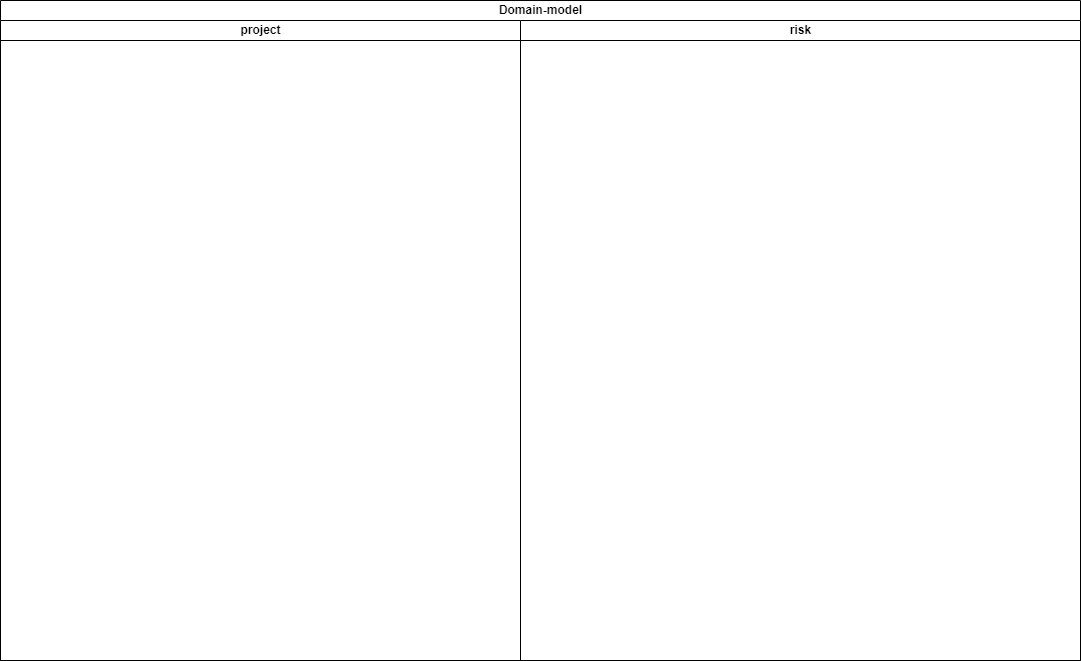
Before: documentation/arc-documentation/images/08_concepts/domain-model.drawio.png, a diagram exported from draw.io (stueberm1/riskmanager). Source tidied: cells renumbered, new cells last; positions are measured from the earlier drawing's top-left corner, leaving out a move shared by most shapes. The source it was exported from:
```xml
<mxGraphModel>
  <root>
    <mxCell id="0" />
    <mxCell id="1" parent="0" />
    <mxCell id="2" value="Domain-model" style="swimlane;startSize=20;html=1;" parent="1" vertex="1">
      <mxGeometry width="1080" height="660" as="geometry" />
    </mxCell>
    <mxCell id="3" value="project" style="swimlane;startSize=20;html=1;" parent="2" vertex="1">
      <mxGeometry y="20" width="520" height="640" as="geometry" />
    </mxCell>
    <mxCell id="4" value="risk" style="swimlane;startSize=20;html=1;" parent="2" vertex="1">
      <mxGeometry x="520" y="20" width="560" height="640" as="geometry" />
    </mxCell>
  </root>
</mxGraphModel>
```
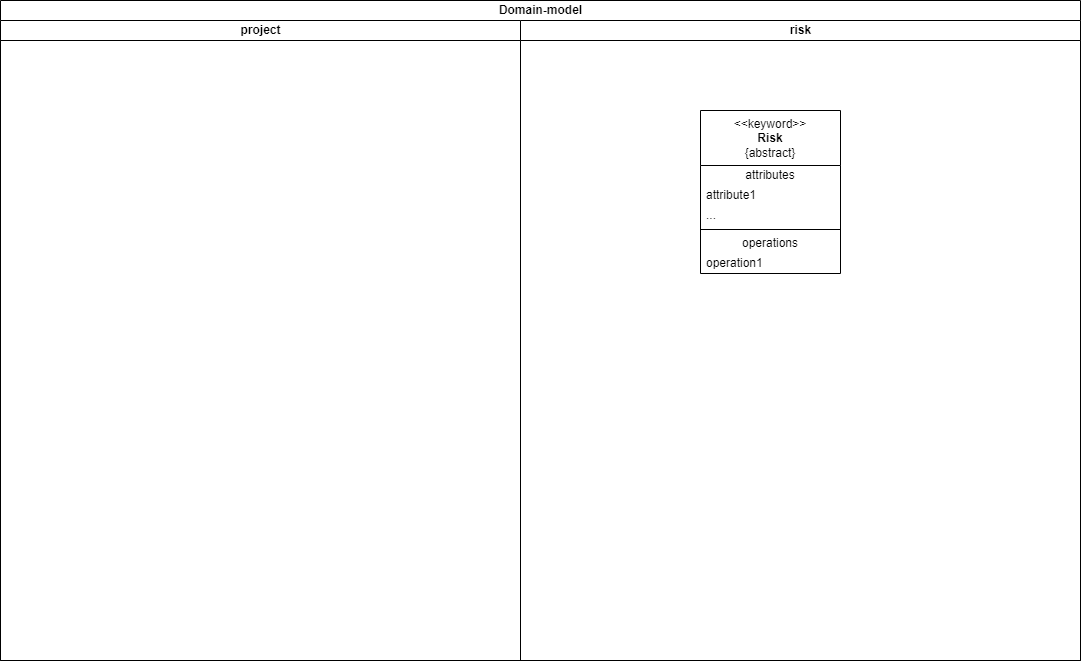
Later version of the same file.

Commit message:
adding the risk form for discussion

Diff of the diagram source:
```diff
@@ -11,5 +11,26 @@
     <mxCell id="4" value="risk" style="swimlane;startSize=20;html=1;" parent="2" vertex="1">
       <mxGeometry x="520" y="20" width="560" height="640" as="geometry" />
     </mxCell>
+    <mxCell id="5" value="&amp;lt;&amp;lt;keyword&amp;gt;&amp;gt;&lt;br&gt;&lt;b&gt;Risk&lt;/b&gt;&lt;br&gt;{abstract}" style="swimlane;fontStyle=0;align=center;verticalAlign=top;horizontal=1;startSize=55;html=1;whiteSpace=wrap;" parent="4" vertex="1">
+      <mxGeometry x="180" y="90" width="140" height="163" as="geometry" />
+    </mxCell>
+    <mxCell id="6" value="attributes" style="text;html=1;strokeColor=none;fillColor=none;align=center;verticalAlign=middle;spacingLeft=4;spacingRight=4;overflow=hidden;whiteSpace=wrap;" parent="5" vertex="1">
+      <mxGeometry y="55" width="140" height="20" as="geometry" />
+    </mxCell>
+    <mxCell id="7" value="attribute1" style="text;html=1;strokeColor=none;fillColor=none;align=left;verticalAlign=middle;spacingLeft=4;spacingRight=4;overflow=hidden;whiteSpace=wrap;" parent="5" vertex="1">
+      <mxGeometry y="75" width="140" height="20" as="geometry" />
+    </mxCell>
+    <mxCell id="8" value="..." style="text;html=1;strokeColor=none;fillColor=none;align=left;verticalAlign=middle;spacingLeft=4;spacingRight=4;overflow=hidden;whiteSpace=wrap;" parent="5" vertex="1">
+      <mxGeometry y="95" width="140" height="20" as="geometry" />
+    </mxCell>
+    <mxCell id="9" style="line;strokeWidth=1;fillColor=none;align=left;verticalAlign=middle;spacingTop=-1;spacingLeft=3;spacingRight=3;labelPosition=right;" parent="5" vertex="1">
+      <mxGeometry y="115" width="140" height="8" as="geometry" />
+    </mxCell>
+    <mxCell id="10" value="operations" style="text;html=1;strokeColor=none;fillColor=none;align=center;verticalAlign=middle;spacingLeft=4;spacingRight=4;overflow=hidden;whiteSpace=wrap;" parent="5" vertex="1">
+      <mxGeometry y="123" width="140" height="20" as="geometry" />
+    </mxCell>
+    <mxCell id="11" value="operation1" style="text;html=1;strokeColor=none;fillColor=none;align=left;verticalAlign=middle;spacingLeft=4;spacingRight=4;overflow=hidden;whiteSpace=wrap;" parent="5" vertex="1">
+      <mxGeometry y="143" width="140" height="20" as="geometry" />
+    </mxCell>
   </root>
 </mxGraphModel>
```
